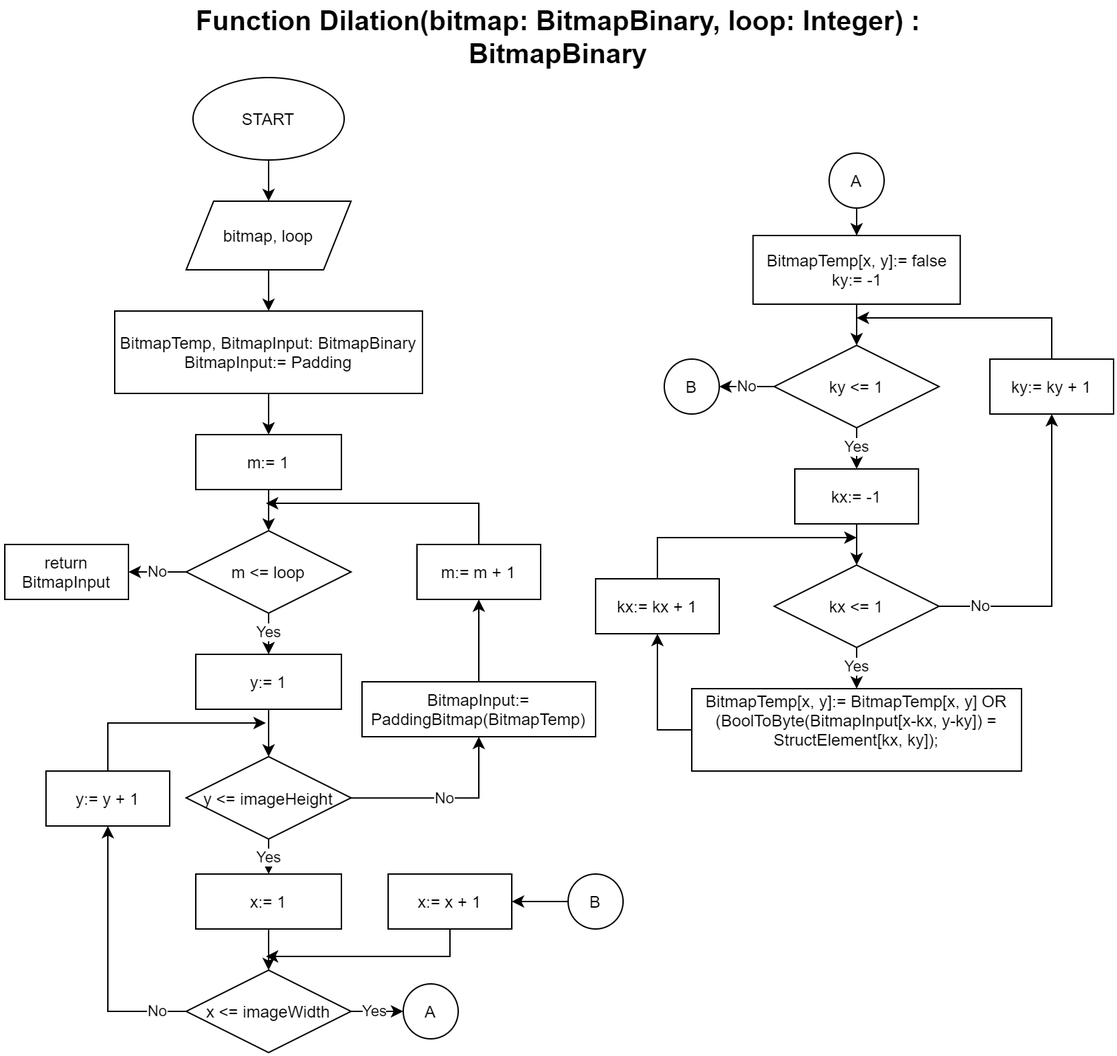
This is flowchart/.png/Dilation.png from ukayaj620/batikcomp, a draw.io export, as it was before one commit. Source tidied: cells renumbered, new cells last; positions are measured from the earlier drawing's top-left corner, leaving out a move shared by most shapes.
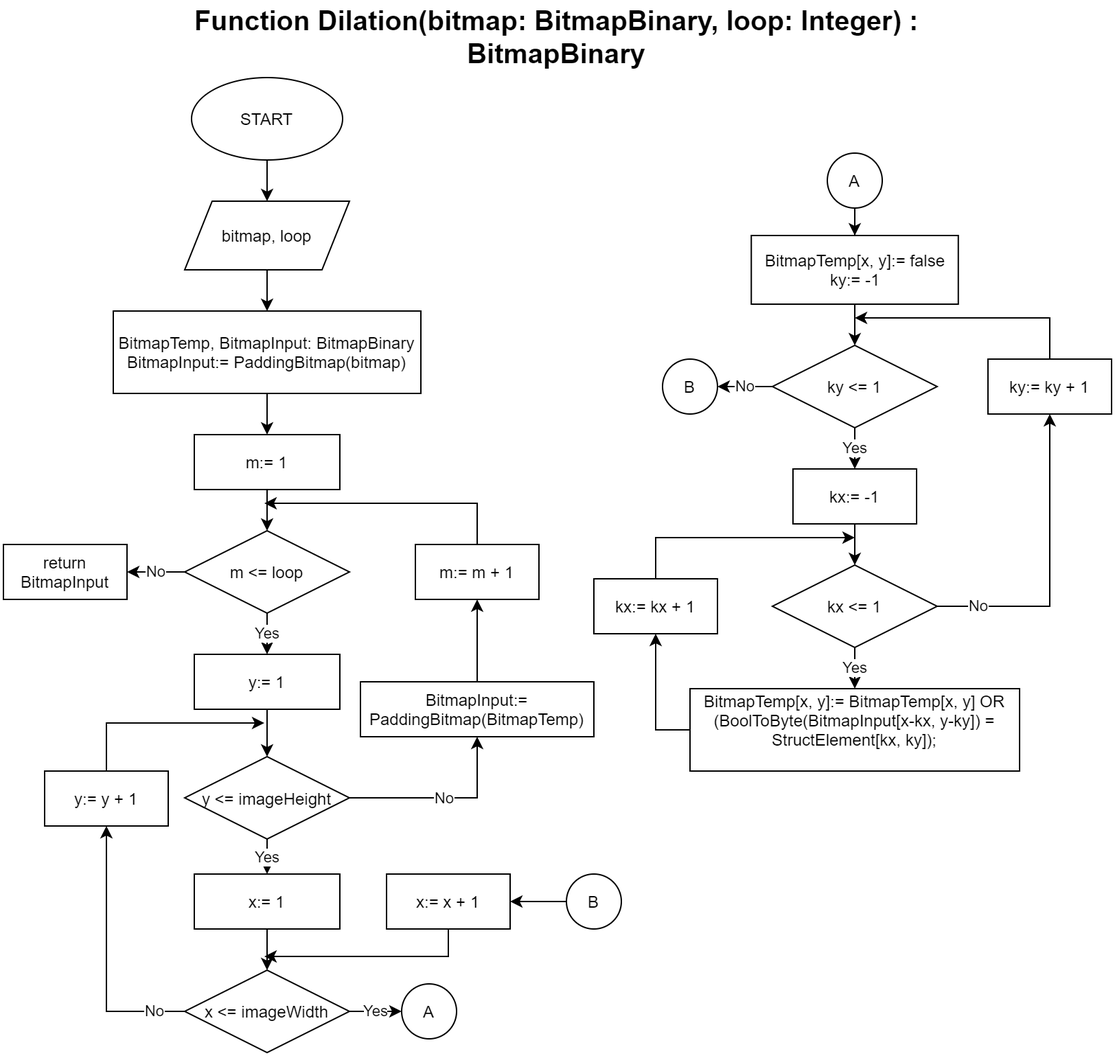
Above is the later version.

Commit message:
docs: update dilation method

The edit, as a diff of the source:
```diff
@@ -20,7 +20,7 @@
     <mxCell id="7" style="edgeStyle=orthogonalEdgeStyle;rounded=0;jettySize=auto;html=1;" parent="1" edge="1" source="8" target="10">
       <mxGeometry relative="1" as="geometry" />
     </mxCell>
-    <mxCell id="8" value="BitmapTemp, BitmapInput: BitmapBinary&lt;br&gt;BitmapInput:= Padding" style="rounded=0;whiteSpace=wrap;html=1;" parent="1" vertex="1">
+    <mxCell id="8" value="BitmapTemp, BitmapInput: BitmapBinary&lt;br&gt;BitmapInput:= PaddingBitmap(bitmap)" style="rounded=0;whiteSpace=wrap;html=1;" parent="1" vertex="1">
       <mxGeometry x="80" y="210" width="224" height="60" as="geometry" />
     </mxCell>
     <mxCell id="9" style="edgeStyle=orthogonalEdgeStyle;rounded=0;jettySize=auto;html=1;" parent="1" edge="1" source="10" target="14">
```
